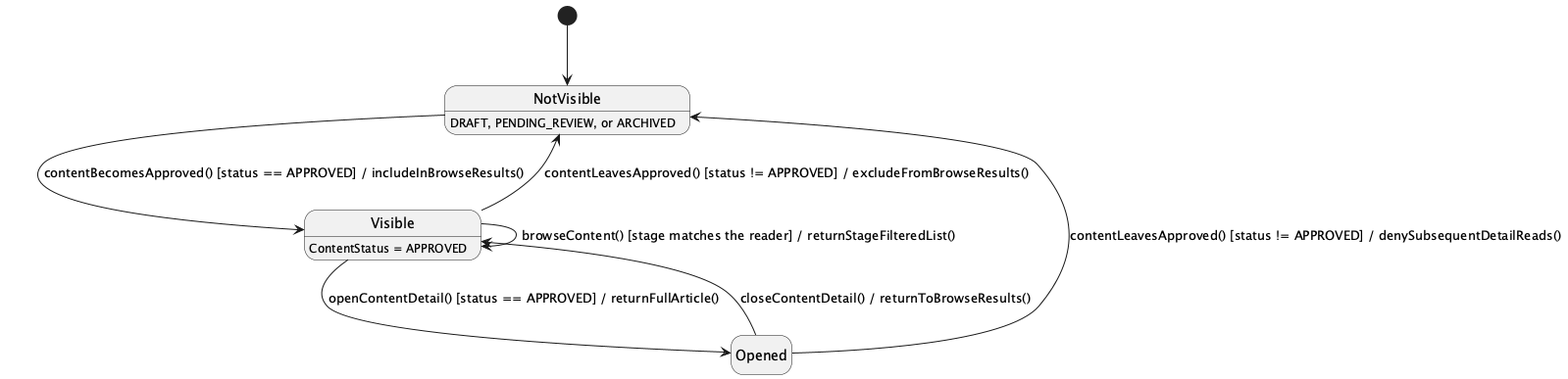
Above: 03_Design/Detailed_Design/MF09_Content_Hub/images/01_Verified_Content_Browse_and_Consumption_StateChartDiagram.png in ChuongBDHE172784/CareBridge_SEP490_G79 (PlantUML), before the change.
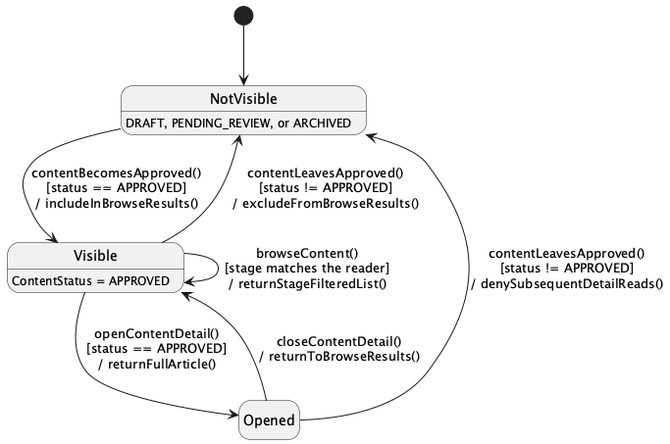
The same file after the commit.

The edit, as a diff of the source:
```diff
@@ -1,13 +1,13 @@
-@startuml
+@startuml StateChartDiagram_01VerifiedContentBrowseandConsumption
 hide empty description
 [*] --> NotVisible
 
-NotVisible --> Visible : contentBecomesApproved() [status == APPROVED] / includeInBrowseResults()
-Visible --> NotVisible : contentLeavesApproved() [status != APPROVED] / excludeFromBrowseResults()
-Visible --> Visible : browseContent() [stage matches the reader] / returnStageFilteredList()
-Visible --> Opened : openContentDetail() [status == APPROVED] / returnFullArticle()
-Opened --> Visible : closeContentDetail() / returnToBrowseResults()
-Opened --> NotVisible : contentLeavesApproved() [status != APPROVED] / denySubsequentDetailReads()
+NotVisible --> Visible : contentBecomesApproved()\n[status == APPROVED]\n/ includeInBrowseResults()
+Visible --> NotVisible : contentLeavesApproved()\n[status != APPROVED]\n/ excludeFromBrowseResults()
+Visible --> Visible : browseContent()\n[stage matches the reader]\n/ returnStageFilteredList()
+Visible --> Opened : openContentDetail()\n[status == APPROVED]\n/ returnFullArticle()
+Opened --> Visible : closeContentDetail()\n/ returnToBrowseResults()
+Opened --> NotVisible : contentLeavesApproved()\n[status != APPROVED]\n/ denySubsequentDetailReads()
 
 Visible : ContentStatus = APPROVED
 NotVisible : DRAFT, PENDING_REVIEW, or ARCHIVED
```
